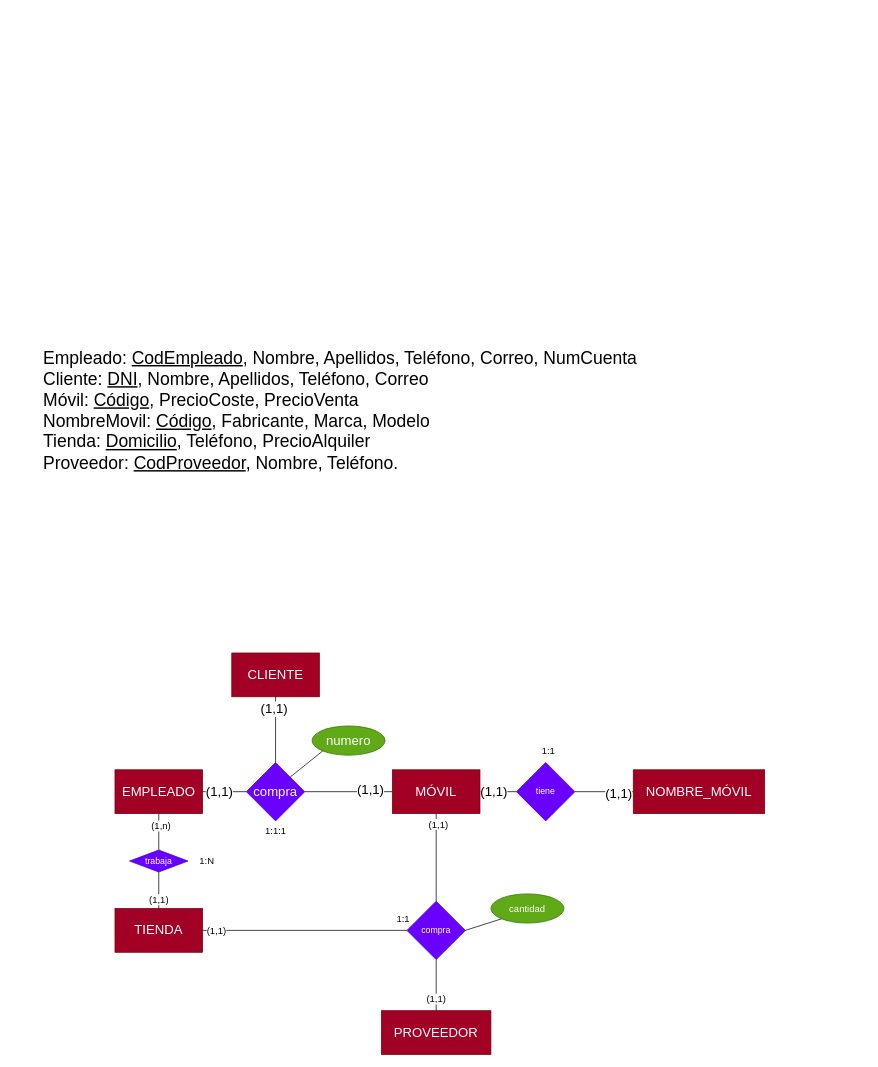
Earlier version of the draw.io diagram Ejercicio4R.drawio (antonionavarro04/diagramas). Source tidied: cells renumbered, new cells numbered last; positions are measured from the earlier drawing's top-left corner, leaving out a move shared by most shapes. Both pictures are drawn from the tidied source at 73%, with x=0, y=0 at pixel (42, 326).
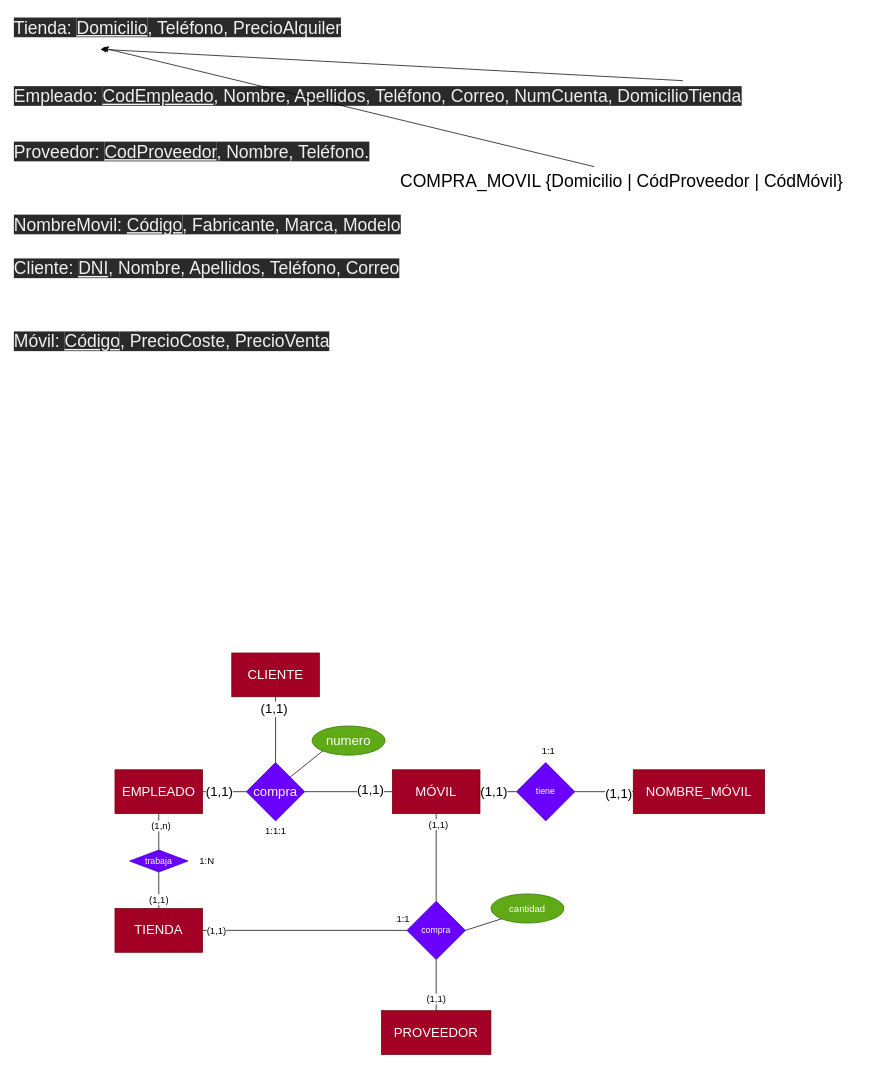
Above is the later version.

What changed in the source:
```diff
@@
-    <mxCell id="10" value="&lt;span style=&quot;font-weight: normal;&quot;&gt;Empleado: &lt;u&gt;CodEmpleado&lt;/u&gt;, Nombre, Apellidos, Teléfono, Correo, NumCuenta&lt;br&gt;Cliente: &lt;u&gt;DNI&lt;/u&gt;, Nombre, Apellidos, Teléfono, Correo&lt;br&gt;Móvil: &lt;u&gt;Código&lt;/u&gt;, PrecioCoste, PrecioVenta&lt;br&gt;NombreMovil: &lt;u&gt;Código&lt;/u&gt;, Fabricante, Marca, Modelo&lt;br&gt;Tienda: &lt;u&gt;Domicilio&lt;/u&gt;, Teléfono, PrecioAlquiler&lt;br&gt;Proveedor: &lt;u&gt;CodProveedor&lt;/u&gt;, Nombre, Teléfono.&lt;br&gt;&lt;/span&gt;" style="text;strokeColor=none;fillColor=none;html=1;fontSize=24;fontStyle=1;verticalAlign=middle;align=left;" parent="1" vertex="1">
-      <mxGeometry width="659" height="230" as="geometry" />
-    </mxCell>
@@
+    <mxCell id="41" value="&lt;span style=&quot;color: rgb(240, 240, 240); font-family: Helvetica; font-size: 24px; font-style: normal; font-variant-ligatures: normal; font-variant-caps: normal; font-weight: 400; letter-spacing: normal; orphans: 2; text-align: left; text-indent: 0px; text-transform: none; widows: 2; word-spacing: 0px; -webkit-text-stroke-width: 0px; background-color: rgb(42, 42, 42); text-decoration-thickness: initial; text-decoration-style: initial; text-decoration-color: initial; float: none; display: inline !important;&quot;&gt;Empleado:&lt;span&gt;&amp;nbsp;&lt;/span&gt;&lt;/span&gt;&lt;u style=&quot;color: rgb(240, 240, 240); font-family: Helvetica; font-size: 24px; font-style: normal; font-variant-ligatures: normal; font-variant-caps: normal; font-weight: 400; letter-spacing: normal; orphans: 2; text-align: left; text-indent: 0px; text-transform: none; widows: 2; word-spacing: 0px; -webkit-text-stroke-width: 0px; background-color: rgb(42, 42, 42);&quot;&gt;CodEmpleado&lt;/u&gt;&lt;span style=&quot;color: rgb(240, 240, 240); font-family: Helvetica; font-size: 24px; font-style: normal; font-variant-ligatures: normal; font-variant-caps: normal; font-weight: 400; letter-spacing: normal; orphans: 2; text-align: left; text-indent: 0px; text-transform: none; widows: 2; word-spacing: 0px; -webkit-text-stroke-width: 0px; background-color: rgb(42, 42, 42); text-decoration-thickness: initial; text-decoration-style: initial; text-decoration-color: initial; float: none; display: inline !important;&quot;&gt;, Nombre, Apellidos, Teléfono, Correo, NumCuenta, DomicilioTienda&lt;/span&gt;" style="text;html=1;strokeColor=none;fillColor=none;align=left;verticalAlign=middle;whiteSpace=wrap;rounded=0;fontSize=24;" parent="1" vertex="1">
+      <mxGeometry x="-40" y="-340" width="1160" height="50" as="geometry" />
+    </mxCell>
+    <mxCell id="42" value="&lt;span style=&quot;color: rgb(240, 240, 240); font-family: Helvetica; font-size: 24px; font-style: normal; font-variant-ligatures: normal; font-variant-caps: normal; font-weight: 400; letter-spacing: normal; orphans: 2; text-align: left; text-indent: 0px; text-transform: none; widows: 2; word-spacing: 0px; -webkit-text-stroke-width: 0px; background-color: rgb(42, 42, 42); text-decoration-thickness: initial; text-decoration-style: initial; text-decoration-color: initial; float: none; display: inline !important;&quot;&gt;Cliente:&lt;span&gt;&amp;nbsp;&lt;/span&gt;&lt;/span&gt;&lt;u style=&quot;color: rgb(240, 240, 240); font-family: Helvetica; font-size: 24px; font-style: normal; font-variant-ligatures: normal; font-variant-caps: normal; font-weight: 400; letter-spacing: normal; orphans: 2; text-align: left; text-indent: 0px; text-transform: none; widows: 2; word-spacing: 0px; -webkit-text-stroke-width: 0px; background-color: rgb(42, 42, 42);&quot;&gt;DNI&lt;/u&gt;&lt;span style=&quot;color: rgb(240, 240, 240); font-family: Helvetica; font-size: 24px; font-style: normal; font-variant-ligatures: normal; font-variant-caps: normal; font-weight: 400; letter-spacing: normal; orphans: 2; text-align: left; text-indent: 0px; text-transform: none; widows: 2; word-spacing: 0px; -webkit-text-stroke-width: 0px; background-color: rgb(42, 42, 42); text-decoration-thickness: initial; text-decoration-style: initial; text-decoration-color: initial; float: none; display: inline !important;&quot;&gt;, Nombre, Apellidos, Teléfono, Correo&lt;/span&gt;" style="text;whiteSpace=wrap;html=1;fontSize=24;" parent="1" vertex="1">
+      <mxGeometry x="-40" y="-100" width="560" height="80" as="geometry" />
+    </mxCell>
+    <mxCell id="43" value="&lt;span style=&quot;color: rgb(240, 240, 240); font-family: Helvetica; font-size: 24px; font-style: normal; font-variant-ligatures: normal; font-variant-caps: normal; font-weight: 400; letter-spacing: normal; orphans: 2; text-align: left; text-indent: 0px; text-transform: none; widows: 2; word-spacing: 0px; -webkit-text-stroke-width: 0px; background-color: rgb(42, 42, 42); text-decoration-thickness: initial; text-decoration-style: initial; text-decoration-color: initial; float: none; display: inline !important;&quot;&gt;Móvil:&lt;span&gt;&amp;nbsp;&lt;/span&gt;&lt;/span&gt;&lt;u style=&quot;color: rgb(240, 240, 240); font-family: Helvetica; font-size: 24px; font-style: normal; font-variant-ligatures: normal; font-variant-caps: normal; font-weight: 400; letter-spacing: normal; orphans: 2; text-align: left; text-indent: 0px; text-transform: none; widows: 2; word-spacing: 0px; -webkit-text-stroke-width: 0px; background-color: rgb(42, 42, 42);&quot;&gt;Código&lt;/u&gt;&lt;span style=&quot;color: rgb(240, 240, 240); font-family: Helvetica; font-size: 24px; font-style: normal; font-variant-ligatures: normal; font-variant-caps: normal; font-weight: 400; letter-spacing: normal; orphans: 2; text-align: left; text-indent: 0px; text-transform: none; widows: 2; word-spacing: 0px; -webkit-text-stroke-width: 0px; background-color: rgb(42, 42, 42); text-decoration-thickness: initial; text-decoration-style: initial; text-decoration-color: initial; float: none; display: inline !important;&quot;&gt;, PrecioCoste, PrecioVenta&lt;/span&gt;" style="text;whiteSpace=wrap;html=1;fontSize=24;" parent="1" vertex="1">
+      <mxGeometry x="-40" width="470" height="50" as="geometry" />
+    </mxCell>
+    <mxCell id="44" value="&lt;span style=&quot;color: rgb(240, 240, 240); font-family: Helvetica; font-size: 24px; font-style: normal; font-variant-ligatures: normal; font-variant-caps: normal; font-weight: 400; letter-spacing: normal; orphans: 2; text-align: left; text-indent: 0px; text-transform: none; widows: 2; word-spacing: 0px; -webkit-text-stroke-width: 0px; background-color: rgb(42, 42, 42); text-decoration-thickness: initial; text-decoration-style: initial; text-decoration-color: initial; float: none; display: inline !important;&quot;&gt;NombreMovil:&lt;span&gt;&amp;nbsp;&lt;/span&gt;&lt;/span&gt;&lt;u style=&quot;color: rgb(240, 240, 240); font-family: Helvetica; font-size: 24px; font-style: normal; font-variant-ligatures: normal; font-variant-caps: normal; font-weight: 400; letter-spacing: normal; orphans: 2; text-align: left; text-indent: 0px; text-transform: none; widows: 2; word-spacing: 0px; -webkit-text-stroke-width: 0px; background-color: rgb(42, 42, 42);&quot;&gt;Código&lt;/u&gt;&lt;span style=&quot;color: rgb(240, 240, 240); font-family: Helvetica; font-size: 24px; font-style: normal; font-variant-ligatures: normal; font-variant-caps: normal; font-weight: 400; letter-spacing: normal; orphans: 2; text-align: left; text-indent: 0px; text-transform: none; widows: 2; word-spacing: 0px; -webkit-text-stroke-width: 0px; background-color: rgb(42, 42, 42); text-decoration-thickness: initial; text-decoration-style: initial; text-decoration-color: initial; float: none; display: inline !important;&quot;&gt;, Fabricante, Marca, Modelo&lt;/span&gt;" style="text;whiteSpace=wrap;html=1;fontSize=24;" parent="1" vertex="1">
+      <mxGeometry x="-40" y="-160" width="560" height="80" as="geometry" />
+    </mxCell>
+    <mxCell id="45" value="&lt;span style=&quot;color: rgb(240, 240, 240); font-family: Helvetica; font-size: 24px; font-style: normal; font-variant-ligatures: normal; font-variant-caps: normal; font-weight: 400; letter-spacing: normal; orphans: 2; text-align: left; text-indent: 0px; text-transform: none; widows: 2; word-spacing: 0px; -webkit-text-stroke-width: 0px; background-color: rgb(42, 42, 42); text-decoration-thickness: initial; text-decoration-style: initial; text-decoration-color: initial; float: none; display: inline !important;&quot;&gt;Tienda:&lt;span&gt;&amp;nbsp;&lt;/span&gt;&lt;/span&gt;&lt;u style=&quot;color: rgb(240, 240, 240); font-family: Helvetica; font-size: 24px; font-style: normal; font-variant-ligatures: normal; font-variant-caps: normal; font-weight: 400; letter-spacing: normal; orphans: 2; text-align: left; text-indent: 0px; text-transform: none; widows: 2; word-spacing: 0px; -webkit-text-stroke-width: 0px; background-color: rgb(42, 42, 42);&quot;&gt;Domicilio&lt;/u&gt;&lt;span style=&quot;color: rgb(240, 240, 240); font-family: Helvetica; font-size: 24px; font-style: normal; font-variant-ligatures: normal; font-variant-caps: normal; font-weight: 400; letter-spacing: normal; orphans: 2; text-align: left; text-indent: 0px; text-transform: none; widows: 2; word-spacing: 0px; -webkit-text-stroke-width: 0px; background-color: rgb(42, 42, 42); text-decoration-thickness: initial; text-decoration-style: initial; text-decoration-color: initial; float: none; display: inline !important;&quot;&gt;, Teléfono, PrecioAlquiler&lt;/span&gt;" style="text;whiteSpace=wrap;html=1;fontSize=24;" parent="1" vertex="1">
+      <mxGeometry x="-40" y="-430" width="480" height="50" as="geometry" />
+    </mxCell>
+    <mxCell id="46" value="&lt;span style=&quot;color: rgb(240, 240, 240); font-family: Helvetica; font-size: 24px; font-style: normal; font-variant-ligatures: normal; font-variant-caps: normal; font-weight: 400; letter-spacing: normal; orphans: 2; text-align: left; text-indent: 0px; text-transform: none; widows: 2; word-spacing: 0px; -webkit-text-stroke-width: 0px; background-color: rgb(42, 42, 42); text-decoration-thickness: initial; text-decoration-style: initial; text-decoration-color: initial; float: none; display: inline !important;&quot;&gt;Proveedor:&lt;span&gt;&amp;nbsp;&lt;/span&gt;&lt;/span&gt;&lt;u style=&quot;color: rgb(240, 240, 240); font-family: Helvetica; font-size: 24px; font-style: normal; font-variant-ligatures: normal; font-variant-caps: normal; font-weight: 400; letter-spacing: normal; orphans: 2; text-align: left; text-indent: 0px; text-transform: none; widows: 2; word-spacing: 0px; -webkit-text-stroke-width: 0px; background-color: rgb(42, 42, 42);&quot;&gt;CodProveedor&lt;/u&gt;&lt;span style=&quot;color: rgb(240, 240, 240); font-family: Helvetica; font-size: 24px; font-style: normal; font-variant-ligatures: normal; font-variant-caps: normal; font-weight: 400; letter-spacing: normal; orphans: 2; text-align: left; text-indent: 0px; text-transform: none; widows: 2; word-spacing: 0px; -webkit-text-stroke-width: 0px; background-color: rgb(42, 42, 42); text-decoration-thickness: initial; text-decoration-style: initial; text-decoration-color: initial; float: none; display: inline !important;&quot;&gt;, Nombre, Teléfono.&lt;/span&gt;" style="text;whiteSpace=wrap;html=1;fontSize=24;" parent="1" vertex="1">
+      <mxGeometry x="-40" y="-260" width="520" height="50" as="geometry" />
+    </mxCell>
+    <mxCell id="47" style="endArrow=classic;html=1;rounded=0;fontSize=24;endFill=1;entryX=0.25;entryY=1;entryDx=0;entryDy=0;" parent="1" edge="1" target="45">
+      <mxGeometry relative="1" as="geometry">
+        <mxPoint x="878" y="-337" as="sourcePoint" />
+      </mxGeometry>
+    </mxCell>
+    <mxCell id="48" value="COMPRA_MOVIL {Domicilio | CódProveedor | CódMóvil}" style="text;whiteSpace=wrap;html=1;fontSize=24;" parent="1" vertex="1">
+      <mxGeometry x="489" y="-220" width="640" height="80" as="geometry" />
+    </mxCell>
+    <mxCell id="49" style="endArrow=classic;html=1;rounded=0;fontSize=24;endFill=1;exitX=0.418;exitY=0.01;exitDx=0;exitDy=0;exitPerimeter=0;" parent="1" edge="1" source="48">
+      <mxGeometry relative="1" as="geometry">
+        <mxPoint x="83" y="-382" as="targetPoint" />
+      </mxGeometry>
+    </mxCell>
```
